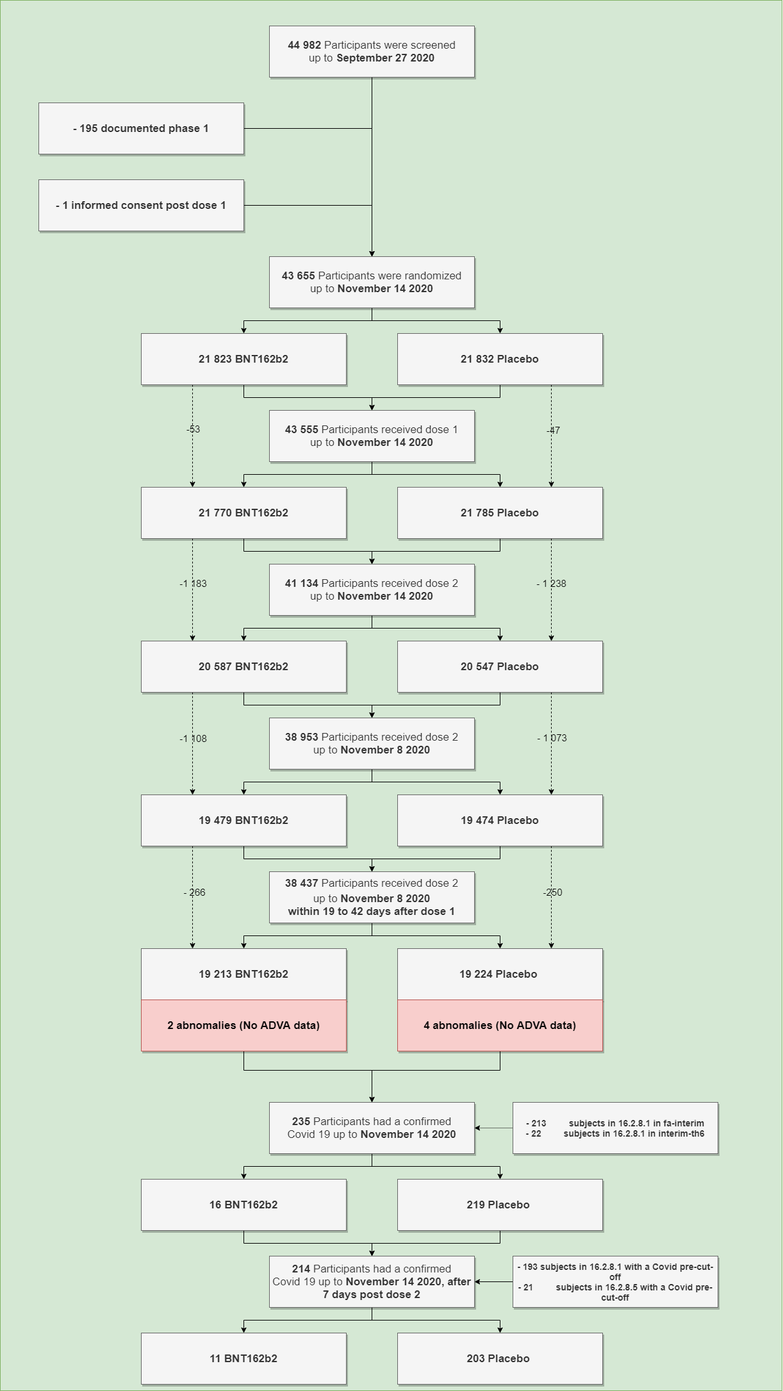
Before: public/doc/pfizer_trials/NEJM FDA Efficacy.png, a diagram exported from draw.io (OpenVaet/openvaet). Source tidied: cells renumbered, new cells last; positions are measured from the earlier drawing's top-left corner, leaving out a move shared by most shapes.
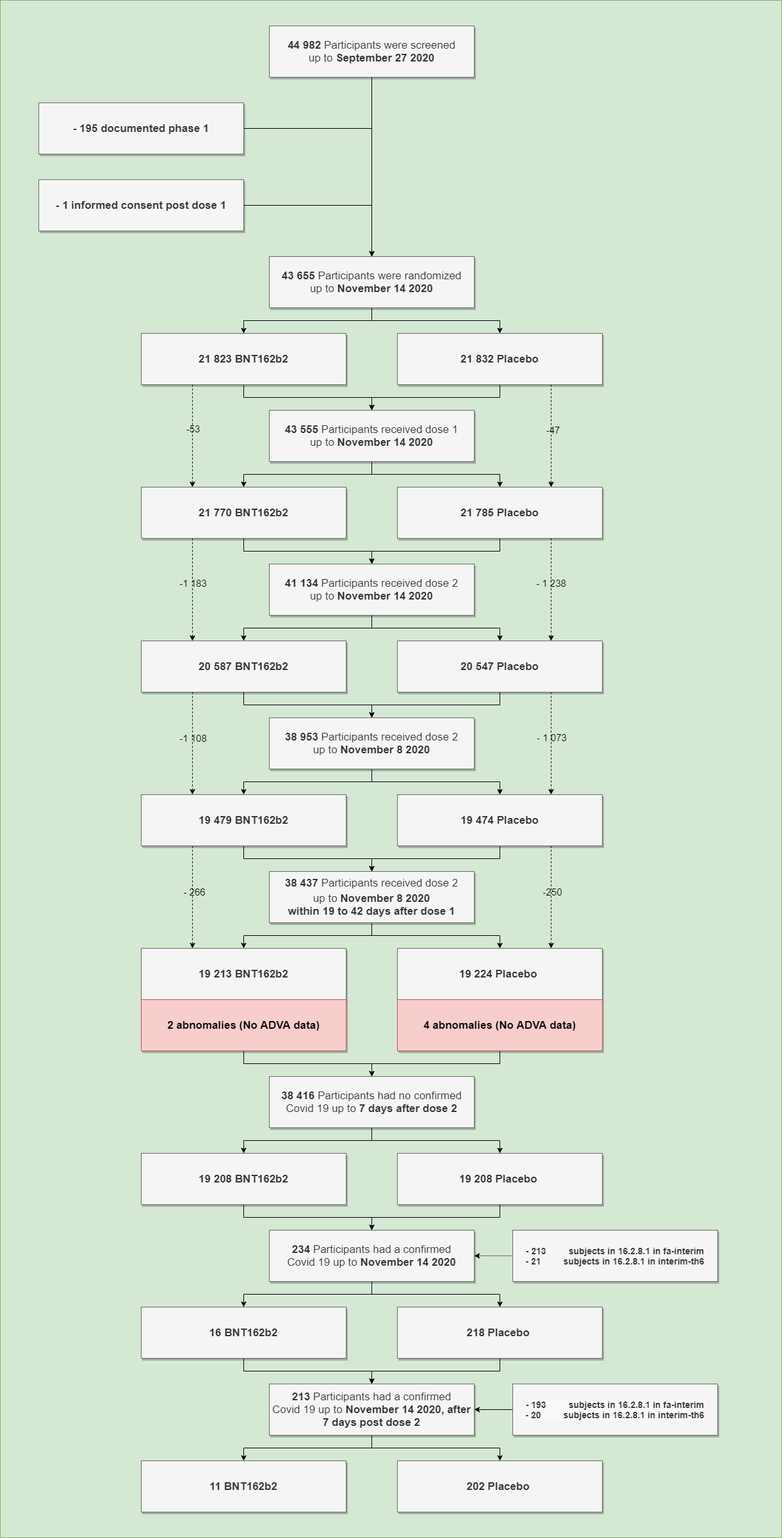
After the change.

The edit, as a diff of the source:
```diff
@@ -2,9 +2,14 @@
   <root>
     <mxCell id="0" />
     <mxCell id="1" parent="0" />
-    <mxCell id="2" style="rounded=0;whiteSpace=wrap;html=1;labelBackgroundColor=none;fontSize=15;fillColor=#d5e8d4;strokeColor=#82b366;" parent="1" vertex="1">
-      <mxGeometry width="1220" height="2170" as="geometry" />
-    </mxCell>
+    <mxCell id="78" style="edgeStyle=orthogonalEdgeStyle;rounded=0;jettySize=auto;html=1;entryX=0.5;entryY=0;entryDx=0;entryDy=0;fontSize=15;" parent="1" edge="1" target="x">
+      <mxGeometry relative="1" as="geometry">
+        <mxPoint x="625.1" y="1980" as="sourcePoint" />
+      </mxGeometry>
+    </mxCell>
+    <mxCell id="79" style="rounded=0;whiteSpace=wrap;html=1;labelBackgroundColor=none;fontSize=15;fillColor=#d5e8d4;strokeColor=#82b366;" parent="1" vertex="1">
+      <mxGeometry width="1220" height="2400" as="geometry" />
+    </mxCell>
     <mxCell id="3" style="edgeStyle=orthogonalEdgeStyle;rounded=0;jettySize=auto;html=1;fontSize=15;entryX=0.5;entryY=0;entryDx=0;entryDy=0;" parent="1" edge="1" source="4" target="7">
       <mxGeometry relative="1" as="geometry" />
     </mxCell>
@@ -180,75 +185,88 @@
     <mxCell id="57" value="&lt;span style=&quot;font-size: 17px&quot;&gt;&lt;b&gt;19 224&amp;nbsp;&lt;/b&gt;&lt;/span&gt;&lt;b style=&quot;font-size: 17px&quot;&gt;Placebo&amp;nbsp;&lt;/b&gt;" style="rounded=0;whiteSpace=wrap;html=1;shadow=1;sketch=0;fillColor=#f5f5f5;strokeColor=#666666;fontColor=#333333;" parent="1" vertex="1">
       <mxGeometry x="620" y="1480" width="320" height="80" as="geometry" />
     </mxCell>
-    <mxCell id="58" style="edgeStyle=orthogonalEdgeStyle;rounded=0;jettySize=auto;html=1;entryX=0.5;entryY=0;entryDx=0;entryDy=0;fontSize=15;" parent="1" edge="1" source="59" target="64">
-      <mxGeometry relative="1" as="geometry">
-        <Array as="points">
-          <mxPoint x="380" y="1670" />
-          <mxPoint x="580" y="1670" />
-        </Array>
-      </mxGeometry>
-    </mxCell>
+    <mxCell id="80" style="edgeStyle=orthogonalEdgeStyle;rounded=0;jettySize=auto;html=1;entryX=0.5;entryY=0;entryDx=0;entryDy=0;fontSize=16;" parent="1" edge="1" source="59" target="98">
+      <mxGeometry relative="1" as="geometry" />
+    </mxCell>
     <mxCell id="59" value="&lt;span style=&quot;font-size: 17px&quot;&gt;&lt;b&gt;2 abnomalies (No ADVA data)&lt;/b&gt;&lt;/span&gt;" style="rounded=0;whiteSpace=wrap;html=1;shadow=1;sketch=0;fillColor=#f8cecc;strokeColor=#b85450;" parent="1" vertex="1">
       <mxGeometry x="220" y="1560" width="320" height="80" as="geometry" />
     </mxCell>
-    <mxCell id="60" style="edgeStyle=orthogonalEdgeStyle;rounded=0;jettySize=auto;html=1;entryX=0.5;entryY=0;entryDx=0;entryDy=0;fontSize=15;" parent="1" edge="1" source="61" target="64">
-      <mxGeometry relative="1" as="geometry">
-        <Array as="points">
-          <mxPoint x="780" y="1670" />
-          <mxPoint x="580" y="1670" />
-        </Array>
-      </mxGeometry>
-    </mxCell>
+    <mxCell id="81" style="edgeStyle=orthogonalEdgeStyle;rounded=0;jettySize=auto;html=1;entryX=0.5;entryY=0;entryDx=0;entryDy=0;fontSize=16;" parent="1" edge="1" source="61" target="98">
+      <mxGeometry relative="1" as="geometry" />
+    </mxCell>
     <mxCell id="61" value="&lt;span style=&quot;font-size: 17px&quot;&gt;&lt;b&gt;4 abnomalies (No ADVA data)&lt;/b&gt;&lt;/span&gt;" style="rounded=0;whiteSpace=wrap;html=1;shadow=1;sketch=0;fillColor=#f8cecc;strokeColor=#b85450;" parent="1" vertex="1">
       <mxGeometry x="620" y="1560" width="320" height="80" as="geometry" />
     </mxCell>
-    <mxCell id="62" style="edgeStyle=orthogonalEdgeStyle;rounded=0;jettySize=auto;html=1;entryX=0.5;entryY=0;entryDx=0;entryDy=0;fontSize=15;" parent="1" edge="1" source="64" target="66">
-      <mxGeometry relative="1" as="geometry" />
-    </mxCell>
-    <mxCell id="63" style="edgeStyle=orthogonalEdgeStyle;rounded=0;jettySize=auto;html=1;entryX=0.5;entryY=0;entryDx=0;entryDy=0;fontSize=15;" parent="1" edge="1" source="64" target="68">
-      <mxGeometry relative="1" as="geometry" />
-    </mxCell>
-    <mxCell id="64" value="&lt;span style=&quot;font-size: 17px&quot;&gt;&lt;b&gt;235&amp;nbsp;&lt;/b&gt;Participants had a confirmed&lt;br&gt;Covid 19&amp;nbsp;&lt;/span&gt;&lt;span style=&quot;font-size: 17px&quot;&gt;up to&amp;nbsp;&lt;/span&gt;&lt;b style=&quot;font-size: 17px&quot;&gt;November 14 2020&lt;/b&gt;" style="rounded=0;whiteSpace=wrap;html=1;shadow=1;sketch=0;fillColor=#f5f5f5;strokeColor=#666666;fontColor=#333333;" parent="1" vertex="1">
-      <mxGeometry x="420" y="1720" width="320" height="80" as="geometry" />
-    </mxCell>
-    <mxCell id="65" style="edgeStyle=orthogonalEdgeStyle;rounded=0;jettySize=auto;html=1;entryX=0.5;entryY=0;entryDx=0;entryDy=0;fontSize=16;" parent="1" edge="1" source="66" target="73">
-      <mxGeometry relative="1" as="geometry" />
-    </mxCell>
+    <mxCell id="82" style="edgeStyle=orthogonalEdgeStyle;rounded=0;jettySize=auto;html=1;entryX=0.5;entryY=0;entryDx=0;entryDy=0;fontSize=15;" parent="1" edge="1" source="84" target="66">
+      <mxGeometry relative="1" as="geometry" />
+    </mxCell>
+    <mxCell id="83" style="edgeStyle=orthogonalEdgeStyle;rounded=0;jettySize=auto;html=1;entryX=0.5;entryY=0;entryDx=0;entryDy=0;fontSize=15;" parent="1" edge="1" source="84" target="87">
+      <mxGeometry relative="1" as="geometry" />
+    </mxCell>
+    <mxCell id="84" value="&lt;span style=&quot;font-size: 17px&quot;&gt;&lt;b&gt;234&amp;nbsp;&lt;/b&gt;Participants had a confirmed&lt;br&gt;Covid 19&amp;nbsp;&lt;/span&gt;&lt;span style=&quot;font-size: 17px&quot;&gt;up to&amp;nbsp;&lt;/span&gt;&lt;b style=&quot;font-size: 17px&quot;&gt;November 14 2020&lt;/b&gt;" style="rounded=0;whiteSpace=wrap;html=1;shadow=1;sketch=0;fillColor=#f5f5f5;strokeColor=#666666;fontColor=#333333;" parent="1" vertex="1">
+      <mxGeometry x="420" y="1920" width="320" height="80" as="geometry" />
+    </mxCell>
+    <mxCell id="85" style="edgeStyle=orthogonalEdgeStyle;rounded=0;jettySize=auto;html=1;entryX=0.5;entryY=0;entryDx=0;entryDy=0;fontSize=16;" parent="1" edge="1" source="66" target="92">
+      <mxGeometry relative="1" as="geometry" />
+    </mxCell>
     <mxCell id="66" value="&lt;span style=&quot;font-size: 17px&quot;&gt;&lt;b&gt;16&lt;/b&gt;&lt;/span&gt;&lt;b style=&quot;font-size: 17px&quot;&gt;&amp;nbsp;&lt;/b&gt;&lt;b style=&quot;font-size: 17px&quot;&gt;BNT162b2&lt;/b&gt;" style="rounded=0;whiteSpace=wrap;html=1;shadow=1;sketch=0;fillColor=#f5f5f5;strokeColor=#666666;fontColor=#333333;" parent="1" vertex="1">
-      <mxGeometry x="220" y="1840" width="320" height="80" as="geometry" />
+      <mxGeometry x="220" y="2040" width="320" height="80" as="geometry" />
     </mxCell>
-    <mxCell id="67" style="edgeStyle=orthogonalEdgeStyle;rounded=0;jettySize=auto;html=1;fontSize=16;" parent="1" edge="1" source="68" target="73">
-      <mxGeometry relative="1" as="geometry" />
-    </mxCell>
-    <mxCell id="68" value="&lt;span style=&quot;font-size: 17px&quot;&gt;&lt;b&gt;219&amp;nbsp;&lt;/b&gt;&lt;/span&gt;&lt;b style=&quot;font-size: 17px&quot;&gt;Placebo&amp;nbsp;&lt;/b&gt;" style="rounded=0;whiteSpace=wrap;html=1;shadow=1;sketch=0;fillColor=#f5f5f5;strokeColor=#666666;fontColor=#333333;" parent="1" vertex="1">
-      <mxGeometry x="620" y="1840" width="320" height="80" as="geometry" />
-    </mxCell>
-    <mxCell id="69" style="edgeStyle=orthogonalEdgeStyle;rounded=0;jettySize=auto;html=1;dashed=1;dashPattern=1 1;fontSize=15;" parent="1" edge="1" source="70" target="64">
-      <mxGeometry relative="1" as="geometry" />
-    </mxCell>
-    <mxCell id="70" value="&lt;span style=&quot;font-size: 14px&quot;&gt;&lt;span style=&quot;font-size: 14px&quot;&gt;- 213&amp;nbsp; &amp;nbsp; &amp;nbsp; &amp;nbsp; &amp;nbsp;&lt;/span&gt;&lt;/span&gt;subjects&amp;nbsp;&lt;span style=&quot;font-size: 14px&quot;&gt;&lt;span style=&quot;font-size: 14px&quot;&gt;in&amp;nbsp;16.2.8.1 in fa-interim&lt;/span&gt;&lt;/span&gt;&lt;span style=&quot;font-size: 14px&quot;&gt;&lt;br style=&quot;font-size: 14px&quot;&gt;-&amp;nbsp;&lt;/span&gt;&lt;span style=&quot;font-size: 14px&quot;&gt;22&amp;nbsp; &amp;nbsp; &amp;nbsp; &amp;nbsp; &amp;nbsp;subjects in&amp;nbsp;16.2.8.1 in interim-th6&lt;/span&gt;&lt;span style=&quot;font-size: 14px&quot;&gt;&lt;br style=&quot;font-size: 14px&quot;&gt;&lt;/span&gt;" style="rounded=0;whiteSpace=wrap;html=1;shadow=1;sketch=0;fillColor=#f5f5f5;strokeColor=#666666;fontColor=#333333;fontStyle=1;fontSize=14;" parent="1" vertex="1">
-      <mxGeometry x="800" y="1720" width="320" height="80" as="geometry" />
-    </mxCell>
-    <mxCell id="71" style="edgeStyle=orthogonalEdgeStyle;rounded=0;jettySize=auto;html=1;fontSize=16;" parent="1" edge="1" source="73" target="74">
-      <mxGeometry relative="1" as="geometry" />
-    </mxCell>
-    <mxCell id="72" style="edgeStyle=orthogonalEdgeStyle;rounded=0;jettySize=auto;html=1;entryX=0.5;entryY=0;entryDx=0;entryDy=0;fontSize=16;" parent="1" edge="1" source="73" target="75">
-      <mxGeometry relative="1" as="geometry" />
-    </mxCell>
-    <mxCell id="73" value="&lt;span style=&quot;font-size: 17px&quot;&gt;&lt;b&gt;214&amp;nbsp;&lt;/b&gt;Participants had a confirmed&lt;/span&gt;&lt;br&gt;&lt;span style=&quot;font-size: 17px&quot;&gt;Covid 19&amp;nbsp;&lt;/span&gt;&lt;span style=&quot;font-size: 17px&quot;&gt;up to&amp;nbsp;&lt;/span&gt;&lt;b style=&quot;font-size: 17px&quot;&gt;November 14 2020, after 7 days post dose 2&lt;/b&gt;" style="rounded=0;whiteSpace=wrap;html=1;shadow=1;sketch=0;fillColor=#f5f5f5;strokeColor=#666666;fontColor=#333333;" parent="1" vertex="1">
-      <mxGeometry x="420" y="1960" width="320" height="80" as="geometry" />
-    </mxCell>
+    <mxCell id="86" style="edgeStyle=orthogonalEdgeStyle;rounded=0;jettySize=auto;html=1;fontSize=16;" parent="1" edge="1" source="87" target="92">
+      <mxGeometry relative="1" as="geometry" />
+    </mxCell>
+    <mxCell id="87" value="&lt;span style=&quot;font-size: 17px&quot;&gt;&lt;b&gt;218&amp;nbsp;&lt;/b&gt;&lt;/span&gt;&lt;b style=&quot;font-size: 17px&quot;&gt;Placebo&amp;nbsp;&lt;/b&gt;" style="rounded=0;whiteSpace=wrap;html=1;shadow=1;sketch=0;fillColor=#f5f5f5;strokeColor=#666666;fontColor=#333333;" parent="1" vertex="1">
+      <mxGeometry x="620" y="2040" width="320" height="80" as="geometry" />
+    </mxCell>
+    <mxCell id="88" style="edgeStyle=orthogonalEdgeStyle;rounded=0;jettySize=auto;html=1;dashed=1;dashPattern=1 1;fontSize=15;" parent="1" edge="1" target="84">
+      <mxGeometry relative="1" as="geometry">
+        <mxPoint x="800" y="1960" as="sourcePoint" />
+      </mxGeometry>
+    </mxCell>
+    <mxCell id="89" value="&lt;span style=&quot;font-size: 14px&quot;&gt;&lt;span style=&quot;font-size: 14px&quot;&gt;- 213&amp;nbsp; &amp;nbsp; &amp;nbsp; &amp;nbsp; &amp;nbsp;&lt;/span&gt;&lt;/span&gt;subjects&amp;nbsp;&lt;span style=&quot;font-size: 14px&quot;&gt;&lt;span style=&quot;font-size: 14px&quot;&gt;in&amp;nbsp;16.2.8.1 in fa-interim&lt;/span&gt;&lt;/span&gt;&lt;span style=&quot;font-size: 14px&quot;&gt;&lt;br style=&quot;font-size: 14px&quot;&gt;-&amp;nbsp;&lt;/span&gt;&lt;span style=&quot;font-size: 14px&quot;&gt;21&amp;nbsp; &amp;nbsp; &amp;nbsp; &amp;nbsp; &amp;nbsp;subjects in&amp;nbsp;16.2.8.1 in interim-th6&lt;/span&gt;&lt;span style=&quot;font-size: 14px&quot;&gt;&lt;br style=&quot;font-size: 14px&quot;&gt;&lt;/span&gt;" style="rounded=0;whiteSpace=wrap;html=1;shadow=1;sketch=0;fillColor=#f5f5f5;strokeColor=#666666;fontColor=#333333;fontStyle=1;fontSize=14;" parent="1" vertex="1">
+      <mxGeometry x="800" y="1920" width="320" height="80" as="geometry" />
+    </mxCell>
+    <mxCell id="90" style="edgeStyle=orthogonalEdgeStyle;rounded=0;jettySize=auto;html=1;fontSize=16;" parent="1" edge="1" source="92" target="74">
+      <mxGeometry relative="1" as="geometry" />
+    </mxCell>
+    <mxCell id="91" style="edgeStyle=orthogonalEdgeStyle;rounded=0;jettySize=auto;html=1;entryX=0.5;entryY=0;entryDx=0;entryDy=0;fontSize=16;" parent="1" edge="1" source="92" target="93">
+      <mxGeometry relative="1" as="geometry" />
+    </mxCell>
+    <mxCell id="92" value="&lt;span style=&quot;font-size: 17px&quot;&gt;&lt;b&gt;213&amp;nbsp;&lt;/b&gt;Participants had a confirmed&lt;/span&gt;&lt;br&gt;&lt;span style=&quot;font-size: 17px&quot;&gt;Covid 19&amp;nbsp;&lt;/span&gt;&lt;span style=&quot;font-size: 17px&quot;&gt;up to&amp;nbsp;&lt;/span&gt;&lt;b style=&quot;font-size: 17px&quot;&gt;November 14 2020, after 7 days post dose 2&lt;/b&gt;" style="rounded=0;whiteSpace=wrap;html=1;shadow=1;sketch=0;fillColor=#f5f5f5;strokeColor=#666666;fontColor=#333333;" parent="1" vertex="1">
+      <mxGeometry x="420" y="2160" width="320" height="80" as="geometry" />
+    </mxCell>
     <mxCell id="74" value="&lt;span style=&quot;font-size: 17px&quot;&gt;&lt;b&gt;11&lt;/b&gt;&lt;/span&gt;&lt;b style=&quot;font-size: 17px&quot;&gt;&amp;nbsp;&lt;/b&gt;&lt;b style=&quot;font-size: 17px&quot;&gt;BNT162b2&lt;/b&gt;" style="rounded=0;whiteSpace=wrap;html=1;shadow=1;sketch=0;fillColor=#f5f5f5;strokeColor=#666666;fontColor=#333333;" parent="1" vertex="1">
-      <mxGeometry x="220" y="2080" width="320" height="80" as="geometry" />
+      <mxGeometry x="220" y="2280" width="320" height="80" as="geometry" />
     </mxCell>
-    <mxCell id="75" value="&lt;span style=&quot;font-size: 17px&quot;&gt;&lt;b&gt;203&amp;nbsp;&lt;/b&gt;&lt;/span&gt;&lt;b style=&quot;font-size: 17px&quot;&gt;Placebo&amp;nbsp;&lt;/b&gt;" style="rounded=0;whiteSpace=wrap;html=1;shadow=1;sketch=0;fillColor=#f5f5f5;strokeColor=#666666;fontColor=#333333;" parent="1" vertex="1">
-      <mxGeometry x="620" y="2080" width="320" height="80" as="geometry" />
-    </mxCell>
-    <mxCell id="76" style="edgeStyle=orthogonalEdgeStyle;rounded=0;jettySize=auto;html=1;entryX=1;entryY=0.5;entryDx=0;entryDy=0;fontSize=16;" parent="1" edge="1" source="77" target="73">
-      <mxGeometry relative="1" as="geometry" />
-    </mxCell>
-    <mxCell id="77" value="&lt;span style=&quot;font-size: 14px&quot;&gt;&lt;span style=&quot;font-size: 14px&quot;&gt;- 193&amp;nbsp;&lt;/span&gt;&lt;/span&gt;subjects&amp;nbsp;&lt;span style=&quot;font-size: 14px&quot;&gt;&lt;span style=&quot;font-size: 14px&quot;&gt;in&amp;nbsp;16.2.8.1&amp;nbsp;&lt;/span&gt;&lt;/span&gt;&lt;span style=&quot;font-size: 14px&quot;&gt;with a Covid pre-cut-off&lt;br style=&quot;font-size: 14px&quot;&gt;-&amp;nbsp;&lt;/span&gt;&lt;span style=&quot;font-size: 14px&quot;&gt;21&amp;nbsp; &amp;nbsp; &amp;nbsp; &amp;nbsp; &amp;nbsp;subjects in&amp;nbsp;16.2.8.5 with a Covid pre-cut-off&lt;/span&gt;&lt;span style=&quot;font-size: 14px&quot;&gt;&lt;br style=&quot;font-size: 14px&quot;&gt;&lt;/span&gt;" style="rounded=0;whiteSpace=wrap;html=1;shadow=1;sketch=0;fillColor=#f5f5f5;strokeColor=#666666;fontColor=#333333;fontStyle=1;fontSize=14;" parent="1" vertex="1">
-      <mxGeometry x="800" y="1960" width="320" height="80" as="geometry" />
-    </mxCell>
+    <mxCell id="93" value="&lt;span style=&quot;font-size: 17px&quot;&gt;&lt;b&gt;202&amp;nbsp;&lt;/b&gt;&lt;/span&gt;&lt;b style=&quot;font-size: 17px&quot;&gt;Placebo&amp;nbsp;&lt;/b&gt;" style="rounded=0;whiteSpace=wrap;html=1;shadow=1;sketch=0;fillColor=#f5f5f5;strokeColor=#666666;fontColor=#333333;" parent="1" vertex="1">
+      <mxGeometry x="620" y="2280" width="320" height="80" as="geometry" />
+    </mxCell>
+    <mxCell id="94" style="edgeStyle=orthogonalEdgeStyle;rounded=0;jettySize=auto;html=1;entryX=1;entryY=0.5;entryDx=0;entryDy=0;fontSize=16;" parent="1" edge="1" source="95" target="92">
+      <mxGeometry relative="1" as="geometry" />
+    </mxCell>
+    <mxCell id="95" value="&lt;span style=&quot;background-color: rgb(248 , 249 , 250)&quot;&gt;- 193&amp;nbsp; &amp;nbsp; &amp;nbsp; &amp;nbsp; &amp;nbsp;subjects&amp;nbsp;in&amp;nbsp;16.2.8.1 in fa-interim&lt;/span&gt;&lt;br style=&quot;background-color: rgb(248 , 249 , 250)&quot;&gt;&lt;span style=&quot;background-color: rgb(248 , 249 , 250)&quot;&gt;-&amp;nbsp;20&amp;nbsp; &amp;nbsp; &amp;nbsp; &amp;nbsp; &amp;nbsp;subjects in&amp;nbsp;16.2.8.1 in interim-th6&lt;/span&gt;&lt;span style=&quot;font-size: 14px&quot;&gt;&lt;br style=&quot;font-size: 14px&quot;&gt;&lt;/span&gt;" style="rounded=0;whiteSpace=wrap;html=1;shadow=1;sketch=0;fillColor=#f5f5f5;strokeColor=#666666;fontColor=#333333;fontStyle=1;fontSize=14;" parent="1" vertex="1">
+      <mxGeometry x="800" y="2160" width="320" height="80" as="geometry" />
+    </mxCell>
+    <mxCell id="96" style="edgeStyle=orthogonalEdgeStyle;rounded=0;jettySize=auto;html=1;fontSize=16;" parent="1" edge="1" source="98" target="102">
+      <mxGeometry relative="1" as="geometry" />
+    </mxCell>
+    <mxCell id="97" style="edgeStyle=orthogonalEdgeStyle;rounded=0;jettySize=auto;html=1;fontSize=16;" parent="1" edge="1" source="98" target="100">
+      <mxGeometry relative="1" as="geometry" />
+    </mxCell>
+    <mxCell id="98" value="&lt;span style=&quot;font-size: 17px&quot;&gt;&lt;b&gt;38 416&amp;nbsp;&lt;/b&gt;Participants had no confirmed&lt;br&gt;Covid 19&amp;nbsp;&lt;/span&gt;&lt;span style=&quot;font-size: 17px&quot;&gt;up to&amp;nbsp;&lt;/span&gt;&lt;b style=&quot;font-size: 17px&quot;&gt;7 days after dose 2&lt;/b&gt;" style="rounded=0;whiteSpace=wrap;html=1;shadow=1;sketch=0;fillColor=#f5f5f5;strokeColor=#666666;fontColor=#333333;" parent="1" vertex="1">
+      <mxGeometry x="420" y="1680" width="320" height="80" as="geometry" />
+    </mxCell>
+    <mxCell id="99" style="edgeStyle=orthogonalEdgeStyle;rounded=0;jettySize=auto;html=1;entryX=0.5;entryY=0;entryDx=0;entryDy=0;fontSize=16;" parent="1" edge="1" source="100" target="84">
+      <mxGeometry relative="1" as="geometry" />
+    </mxCell>
+    <mxCell id="100" value="&lt;span style=&quot;font-size: 17px&quot;&gt;&lt;b&gt;19 208&amp;nbsp;&lt;/b&gt;&lt;/span&gt;&lt;b style=&quot;font-size: 17px&quot;&gt;Placebo&amp;nbsp;&lt;/b&gt;" style="rounded=0;whiteSpace=wrap;html=1;shadow=1;sketch=0;fillColor=#f5f5f5;strokeColor=#666666;fontColor=#333333;" parent="1" vertex="1">
+      <mxGeometry x="620" y="1800" width="320" height="80" as="geometry" />
+    </mxCell>
+    <mxCell id="101" style="edgeStyle=orthogonalEdgeStyle;rounded=0;jettySize=auto;html=1;fontSize=16;" parent="1" edge="1" source="102" target="84">
+      <mxGeometry relative="1" as="geometry" />
+    </mxCell>
+    <mxCell id="102" value="&lt;span style=&quot;font-size: 17px&quot;&gt;&lt;b&gt;19 208&amp;nbsp;&lt;/b&gt;&lt;/span&gt;&lt;b style=&quot;font-size: 17px&quot;&gt;BNT162b2&lt;/b&gt;" style="rounded=0;whiteSpace=wrap;html=1;shadow=1;sketch=0;fillColor=#f5f5f5;strokeColor=#666666;fontColor=#333333;" parent="1" vertex="1">
+      <mxGeometry x="220" y="1800" width="320" height="80" as="geometry" />
+    </mxCell>
   </root>
 </mxGraphModel>
```
